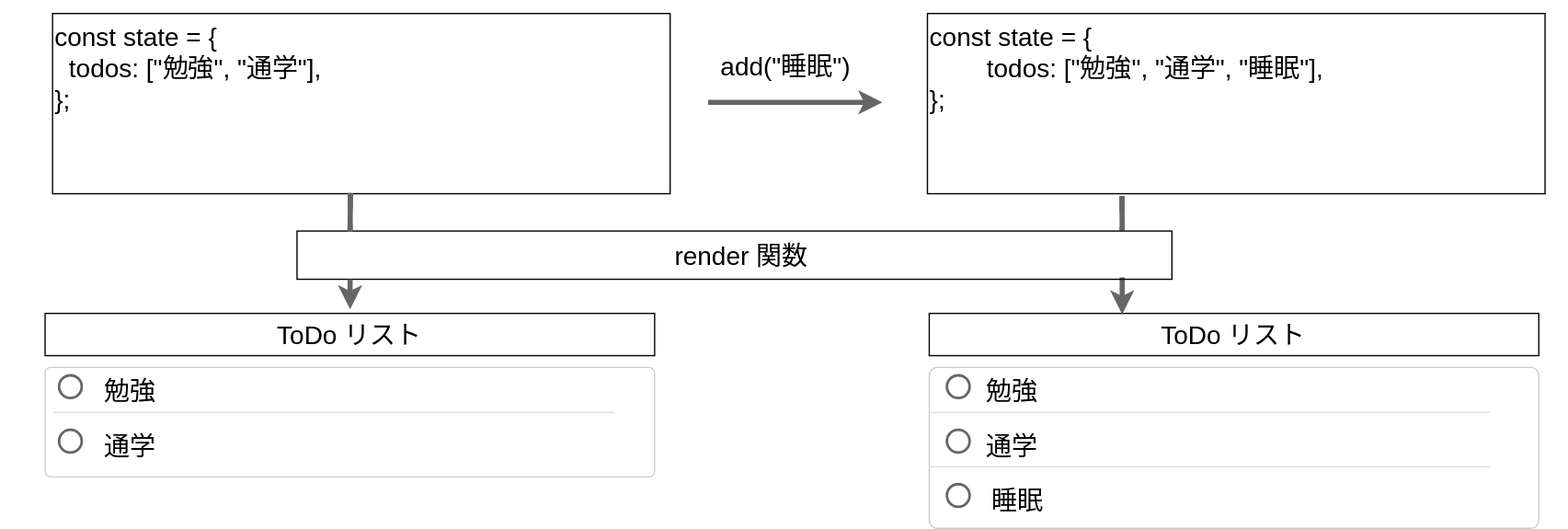
Above: docs/4-advanced/04-react/declarative-ui.drawio.svg in ut-code/utcode-learn (draw.io), before the change. Source tidied: cells renumbered, new cells last; positions are measured from the earlier drawing's top-left corner, leaving out a move shared by most shapes.
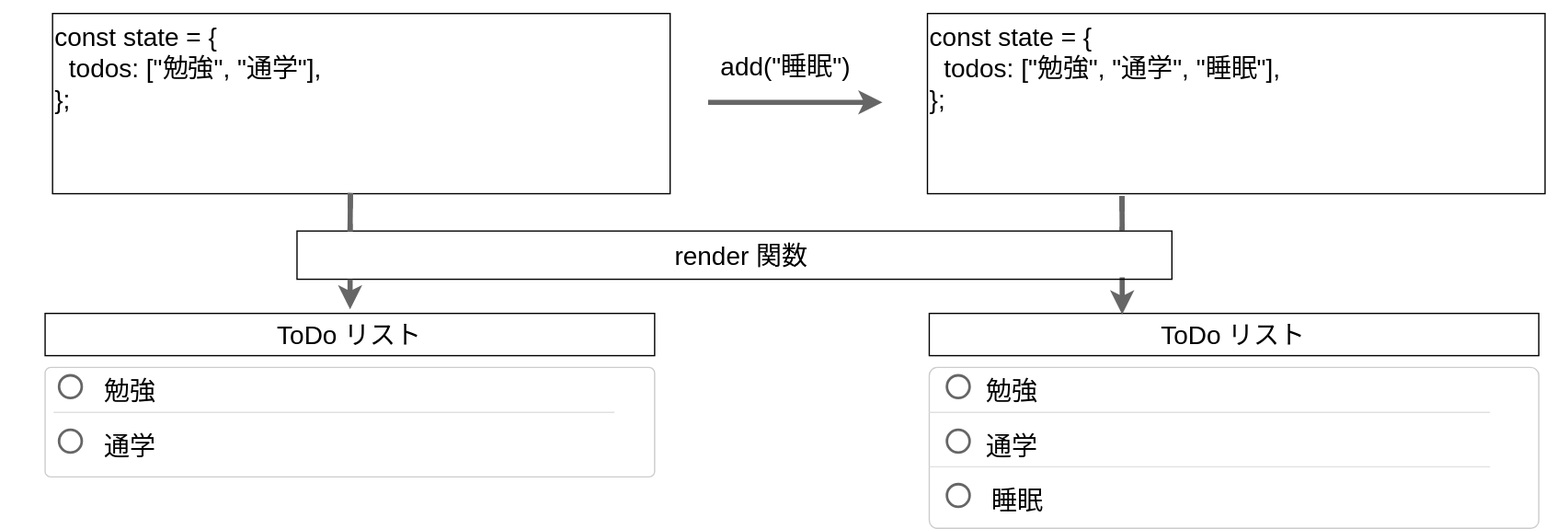
The same diagram one commit later.

What changed in the source:
```diff
@@ -91,7 +91,7 @@
         <mxPoint x="271.8" y="240.4" as="targetPoint" />
       </mxGeometry>
     </mxCell>
-    <mxCell id="27" value="const state = {&#10;        todos: [&quot;勉強&quot;, &quot;通学&quot;, &quot;睡眠&quot;],&#10;};&#10;&#10;&#10;" style="text;fontSize=20;strokeColor=default;whiteSpace=wrap;" parent="2" vertex="1">
+    <mxCell id="27" value="const state = {&#10;  todos: [&quot;勉強&quot;, &quot;通学&quot;, &quot;睡眠&quot;],&#10;};" style="text;fontSize=20;strokeColor=default;whiteSpace=wrap;" parent="2" vertex="1">
       <mxGeometry x="720" y="10" width="480" height="140" as="geometry" />
     </mxCell>
   </root>
```
